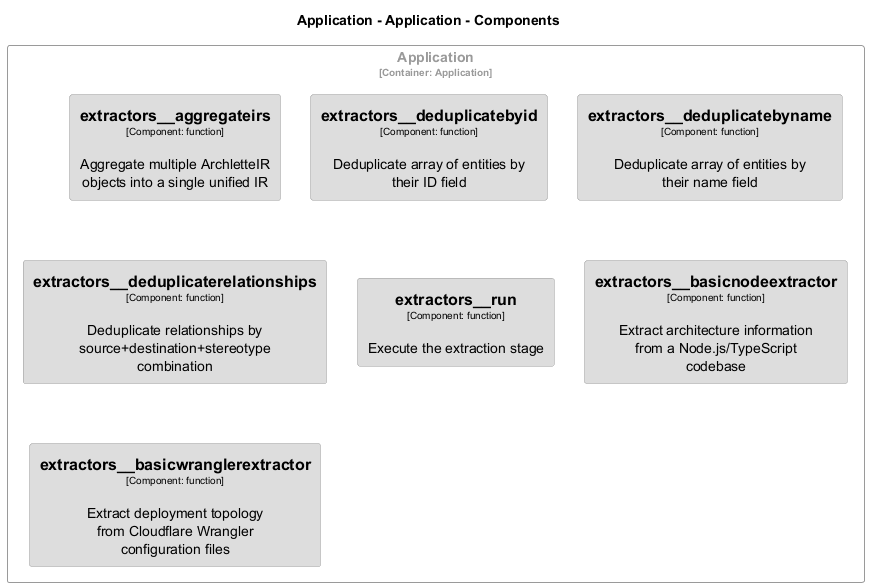
This is docs/architecture/diagrams/structurizr-Classes_default_container__extractors.png from chrislyons-dev/archlette, a PlantUML export, as it was before one commit.
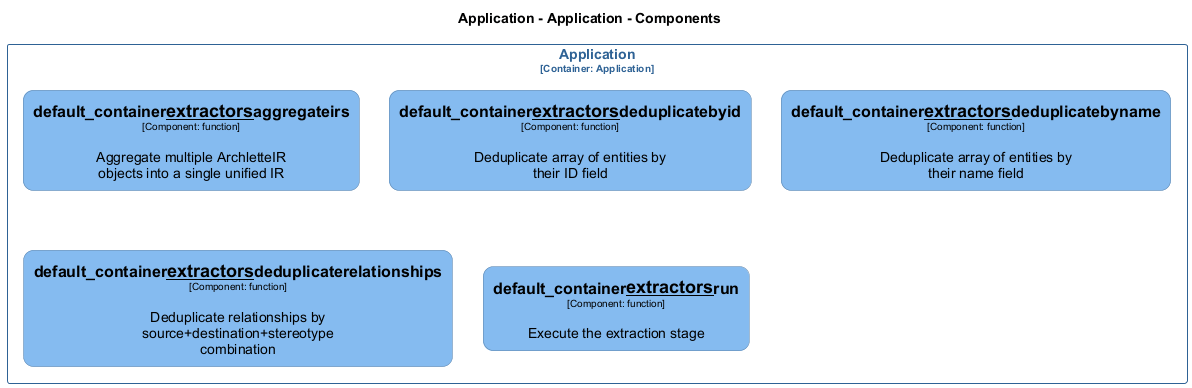
Later version of the same file.

The edit, as a diff of the source:
```diff
@@ -11,66 +11,58 @@
   defaultTextAlignment center
   wrapWidth 200
   maxMessageSize 100
+  defaultFontName "Arial"
 }
 
 hide stereotype
 
-skinparam rectangle<<Application.Application.extractors__aggregateirs>> {
-  BackgroundColor #dddddd
+skinparam rectangle<<Application.Application.default_container__extractors__aggregateirs>> {
+  BackgroundColor #85bbf0
   FontColor #000000
-  BorderColor #9a9a9a
+  BorderColor #5d82a8
+  roundCorner 20
   shadowing false
 }
-skinparam rectangle<<Application.Application.extractors__basicnodeextractor>> {
-  BackgroundColor #dddddd
+skinparam rectangle<<Application.Application.default_container__extractors__deduplicatebyid>> {
+  BackgroundColor #85bbf0
   FontColor #000000
-  BorderColor #9a9a9a
+  BorderColor #5d82a8
+  roundCorner 20
   shadowing false
 }
-skinparam rectangle<<Application.Application.extractors__basicwranglerextractor>> {
-  BackgroundColor #dddddd
+skinparam rectangle<<Application.Application.default_container__extractors__deduplicatebyname>> {
+  BackgroundColor #85bbf0
   FontColor #000000
-  BorderColor #9a9a9a
+  BorderColor #5d82a8
+  roundCorner 20
   shadowing false
 }
-skinparam rectangle<<Application.Application.extractors__deduplicatebyid>> {
-  BackgroundColor #dddddd
+skinparam rectangle<<Application.Application.default_container__extractors__deduplicaterelationships>> {
+  BackgroundColor #85bbf0
   FontColor #000000
-  BorderColor #9a9a9a
+  BorderColor #5d82a8
+  roundCorner 20
   shadowing false
 }
-skinparam rectangle<<Application.Application.extractors__deduplicatebyname>> {
-  BackgroundColor #dddddd
+skinparam rectangle<<Application.Application.default_container__extractors__run>> {
+  BackgroundColor #85bbf0
   FontColor #000000
-  BorderColor #9a9a9a
-  shadowing false
-}
-skinparam rectangle<<Application.Application.extractors__deduplicaterelationships>> {
-  BackgroundColor #dddddd
-  FontColor #000000
-  BorderColor #9a9a9a
-  shadowing false
-}
-skinparam rectangle<<Application.Application.extractors__run>> {
-  BackgroundColor #dddddd
-  FontColor #000000
-  BorderColor #9a9a9a
+  BorderColor #5d82a8
+  roundCorner 20
   shadowing false
 }
 skinparam rectangle<<Application.Application>> {
-  BorderColor #9a9a9a
-  FontColor #9a9a9a
+  BorderColor #2e6295
+  FontColor #2e6295
   shadowing false
 }
 
 rectangle "Application\n<size:10>[Container: Application]</size>" <<Application.Application>> {
-  rectangle "==extractors__aggregateirs\n<size:10>[Component: function]</size>\n\nAggregate multiple ArchletteIR objects into a single unified IR" <<Application.Application.extractors__aggregateirs>> as Application.Application.extractors__aggregateirs
-  rectangle "==extractors__deduplicatebyid\n<size:10>[Component: function]</size>\n\nDeduplicate array of entities by their ID field" <<Application.Application.extractors__deduplicatebyid>> as Application.Application.extractors__deduplicatebyid
-  rectangle "==extractors__deduplicatebyname\n<size:10>[Component: function]</size>\n\nDeduplicate array of entities by their name field" <<Application.Application.extractors__deduplicatebyname>> as Application.Application.extractors__deduplicatebyname
-  rectangle "==extractors__deduplicaterelationships\n<size:10>[Component: function]</size>\n\nDeduplicate relationships by source+destination+stereotype combination" <<Application.Application.extractors__deduplicaterelationships>> as Application.Application.extractors__deduplicaterelationships
-  rectangle "==extractors__run\n<size:10>[Component: function]</size>\n\nExecute the extraction stage" <<Application.Application.extractors__run>> as Application.Application.extractors__run
-  rectangle "==extractors__basicnodeextractor\n<size:10>[Component: function]</size>\n\nExtract architecture information from a Node.js/TypeScript codebase" <<Application.Application.extractors__basicnodeextractor>> as Application.Application.extractors__basicnodeextractor
-  rectangle "==extractors__basicwranglerextractor\n<size:10>[Component: function]</size>\n\nExtract deployment topology from Cloudflare Wrangler configuration files" <<Application.Application.extractors__basicwranglerextractor>> as Application.Application.extractors__basicwranglerextractor
+  rectangle "==default_container__extractors__aggregateirs\n<size:10>[Component: function]</size>\n\nAggregate multiple ArchletteIR objects into a single unified IR" <<Application.Application.default_container__extractors__aggregateirs>> as Application.Application.default_container__extractors__aggregateirs
+  rectangle "==default_container__extractors__deduplicatebyid\n<size:10>[Component: function]</size>\n\nDeduplicate array of entities by their ID field" <<Application.Application.default_container__extractors__deduplicatebyid>> as Application.Application.default_container__extractors__deduplicatebyid
+  rectangle "==default_container__extractors__deduplicatebyname\n<size:10>[Component: function]</size>\n\nDeduplicate array of entities by their name field" <<Application.Application.default_container__extractors__deduplicatebyname>> as Application.Application.default_container__extractors__deduplicatebyname
+  rectangle "==default_container__extractors__deduplicaterelationships\n<size:10>[Component: function]</size>\n\nDeduplicate relationships by source+destination+stereotype combination" <<Application.Application.default_container__extractors__deduplicaterelationships>> as Application.Application.default_container__extractors__deduplicaterelationships
+  rectangle "==default_container__extractors__run\n<size:10>[Component: function]</size>\n\nExecute the extraction stage" <<Application.Application.default_container__extractors__run>> as Application.Application.default_container__extractors__run
 }
 
 @enduml
```
